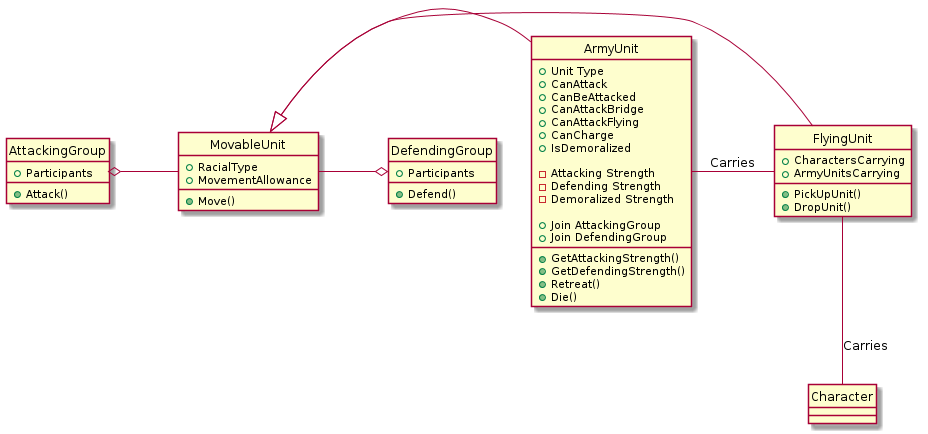
Earlier version of the PlantUML export doc/hw3/A/UnitDiagrams.png (cjeffery/sworsorc). The source it was exported from:
```plantuml
@startuml
hide circle

MovableUnit <|- ArmyUnit
FlyingUnit -|> MovableUnit

FlyingUnit --  Character : Carries
ArmyUnit -- FlyingUnit : Carries

AttackingGroup o- MovableUnit
MovableUnit -o DefendingGroup

class AttackingGroup{
+ Participants
+ Attack()
}

class DefendingGroup{
+ Participants
+ Defend()
}

class ArmyUnit {

+ Unit Type
+ CanAttack
+ CanBeAttacked
+ CanAttackBridge
+ CanAttackFlying
+ CanCharge
+ IsDemoralized

- Attacking Strength
- Defending Strength
- Demoralized Strength

+ GetAttackingStrength()
+ GetDefendingStrength()
+ Join AttackingGroup
+ Join DefendingGroup
+ Retreat()
+ Die()

}


class FlyingUnit {
+ CharactersCarrying
+ ArmyUnitsCarrying
+ PickUpUnit()
+ DropUnit()
}

class MovableUnit {
+ RacialType
+ MovementAllowance
+ Move()
}


@enduml
```
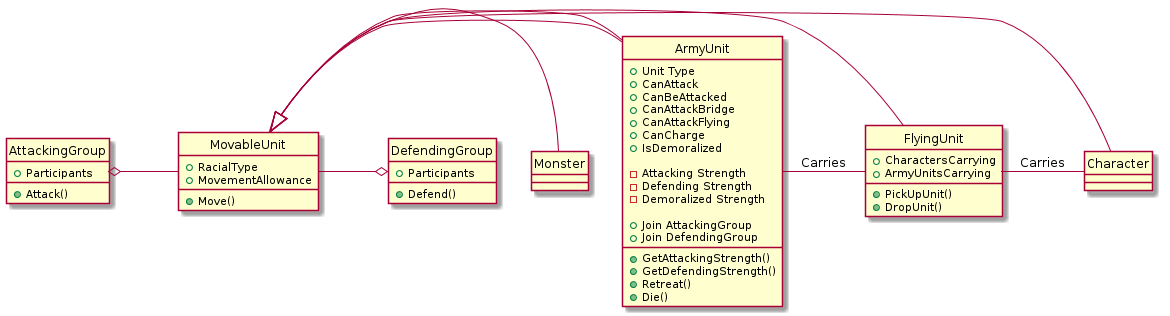
The same file after the commit.

Commit message:
Updated unit digrams?

Diff of the diagram source:
```diff
@@ -2,7 +2,11 @@
 hide circle
 
 MovableUnit <|- ArmyUnit
+MovableUnit <|- Character
+MovableUnit <|- Monster
+MovableUnit <|- ArmyUnit
 FlyingUnit -|> MovableUnit
+
 
 FlyingUnit --  Character : Carries
 ArmyUnit -- FlyingUnit : Carries
```
